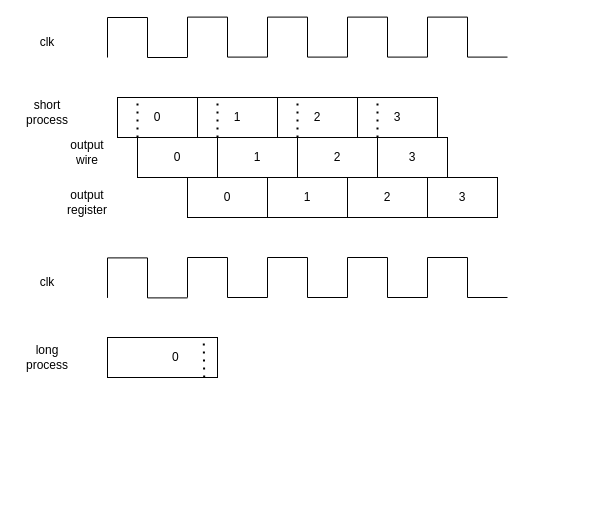
Earlier version of the draw.io diagram page "Ilustrasi register" (4 of 5) of intelight.drawio (zulfikarna/intelight). Source tidied: cells renumbered, new cells numbered last; positions are measured from the earlier drawing's top-left corner, leaving out a move shared by most shapes. Both pictures are drawn from the tidied source at 100%, with x=0, y=0 at pixel (17, 17).
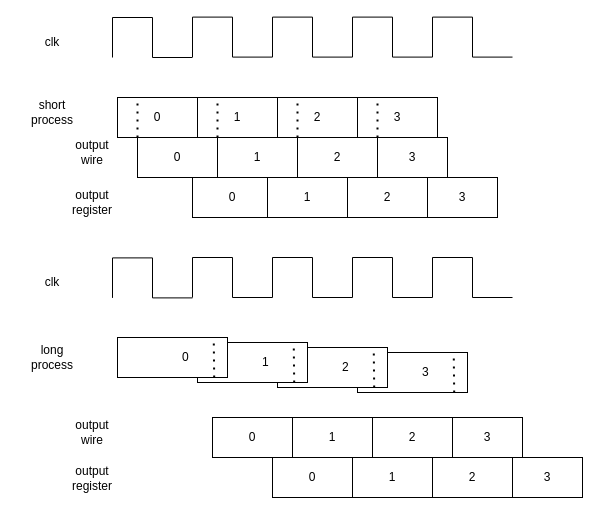
The same page after the edit.

The edit, as a diff of the source:
```diff
@@
+    <mxCell id="66" value="&lt;span style=&quot;white-space: pre&quot;&gt; &lt;/span&gt;&lt;span style=&quot;white-space: pre&quot;&gt; &lt;/span&gt;&lt;span style=&quot;white-space: pre&quot;&gt; &lt;/span&gt;&amp;nbsp; &amp;nbsp; &amp;nbsp;3" style="rounded=0;whiteSpace=wrap;html=1;" parent="1" vertex="1">
+      <mxGeometry x="340" y="335" width="110" height="40" as="geometry" />
+    </mxCell>
+    <mxCell id="67" value="&lt;span style=&quot;white-space: pre&quot;&gt; &lt;/span&gt;&lt;span style=&quot;white-space: pre&quot;&gt; &lt;/span&gt;&lt;span style=&quot;white-space: pre&quot;&gt; &lt;/span&gt;&amp;nbsp; &amp;nbsp; &amp;nbsp;2" style="rounded=0;whiteSpace=wrap;html=1;" parent="1" vertex="1">
+      <mxGeometry x="260" y="330" width="110" height="40" as="geometry" />
+    </mxCell>
+    <mxCell id="68" value="&lt;span style=&quot;white-space: pre&quot;&gt; &lt;/span&gt;&lt;span style=&quot;white-space: pre&quot;&gt; &lt;/span&gt;&lt;span style=&quot;white-space: pre&quot;&gt; &lt;/span&gt;&amp;nbsp; &amp;nbsp; &amp;nbsp;1" style="rounded=0;whiteSpace=wrap;html=1;" parent="1" vertex="1">
+      <mxGeometry x="180" y="325" width="110" height="40" as="geometry" />
+    </mxCell>
     <mxCell id="2" value="clk" style="text;html=1;strokeColor=none;fillColor=none;align=center;verticalAlign=middle;whiteSpace=wrap;rounded=0;" parent="1" vertex="1">
-      <mxGeometry y="10" width="60" height="30" as="geometry" />
+      <mxGeometry x="5" y="10" width="60" height="30" as="geometry" />
     </mxCell>
     <mxCell id="3" style="endArrow=none;html=1;rounded=0;" parent="1" edge="1">
       <mxGeometry relative="1" as="geometry">
-        <mxPoint x="90" y="40" as="sourcePoint" />
-        <mxPoint x="90" as="targetPoint" />
+        <mxPoint x="95" y="40" as="sourcePoint" />
+        <mxPoint x="95" as="targetPoint" />
       </mxGeometry>
     </mxCell>
     <mxCell id="4" style="endArrow=none;html=1;rounded=0;" parent="1" edge="1">
       <mxGeometry relative="1" as="geometry">
-        <mxPoint x="90" as="sourcePoint" />
-        <mxPoint x="130" as="targetPoint" />
+        <mxPoint x="95" as="sourcePoint" />
+        <mxPoint x="135" as="targetPoint" />
       </mxGeometry>
     </mxCell>
     <mxCell id="5" style="endArrow=none;html=1;rounded=0;" parent="1" edge="1">
       <mxGeometry relative="1" as="geometry">
-        <mxPoint x="130" y="40" as="sourcePoint" />
-        <mxPoint x="130" as="targetPoint" />
+        <mxPoint x="135" y="40" as="sourcePoint" />
+        <mxPoint x="135" as="targetPoint" />
       </mxGeometry>
     </mxCell>
     <mxCell id="6" style="endArrow=none;html=1;rounded=0;" parent="1" edge="1">
       <mxGeometry relative="1" as="geometry">
-        <mxPoint x="130" y="40" as="sourcePoint" />
-        <mxPoint x="170" y="40" as="targetPoint" />
+        <mxPoint x="135" y="40" as="sourcePoint" />
+        <mxPoint x="175" y="40" as="targetPoint" />
       </mxGeometry>
     </mxCell>
     <mxCell id="7" style="endArrow=none;html=1;rounded=0;" parent="1" edge="1">
       <mxGeometry relative="1" as="geometry">
-        <mxPoint x="170" y="39.6" as="sourcePoint" />
-        <mxPoint x="170" y="-0.4" as="targetPoint" />
+        <mxPoint x="175" y="39.6" as="sourcePoint" />
+        <mxPoint x="175" y="-0.4" as="targetPoint" />
       </mxGeometry>
     </mxCell>
     <mxCell id="8" style="endArrow=none;html=1;rounded=0;" parent="1" edge="1">
       <mxGeometry relative="1" as="geometry">
-        <mxPoint x="170" y="-0.4" as="sourcePoint" />
-        <mxPoint x="210" y="-0.4" as="targetPoint" />
+        <mxPoint x="175" y="-0.4" as="sourcePoint" />
+        <mxPoint x="215" y="-0.4" as="targetPoint" />
       </mxGeometry>
     </mxCell>
     <mxCell id="9" style="endArrow=none;html=1;rounded=0;" parent="1" edge="1">
       <mxGeometry relative="1" as="geometry">
-        <mxPoint x="210" y="39.6" as="sourcePoint" />
-        <mxPoint x="210" y="-0.4" as="targetPoint" />
+        <mxPoint x="215" y="39.6" as="sourcePoint" />
+        <mxPoint x="215" y="-0.4" as="targetPoint" />
       </mxGeometry>
     </mxCell>
     <mxCell id="10" style="endArrow=none;html=1;rounded=0;" parent="1" edge="1">
       <mxGeometry relative="1" as="geometry">
-        <mxPoint x="210" y="39.6" as="sourcePoint" />
-        <mxPoint x="250" y="39.6" as="targetPoint" />
+        <mxPoint x="215" y="39.6" as="sourcePoint" />
+        <mxPoint x="255" y="39.6" as="targetPoint" />
       </mxGeometry>
     </mxCell>
     <mxCell id="11" style="endArrow=none;html=1;rounded=0;" parent="1" edge="1">
       <mxGeometry relative="1" as="geometry">
-        <mxPoint x="250" y="39.6" as="sourcePoint" />
-        <mxPoint x="250" y="-0.4" as="targetPoint" />
+        <mxPoint x="255" y="39.6" as="sourcePoint" />
+        <mxPoint x="255" y="-0.4" as="targetPoint" />
       </mxGeometry>
     </mxCell>
     <mxCell id="12" style="endArrow=none;html=1;rounded=0;" parent="1" edge="1">
       <mxGeometry relative="1" as="geometry">
-        <mxPoint x="250" y="-0.4" as="sourcePoint" />
-        <mxPoint x="290" y="-0.4" as="targetPoint" />
+        <mxPoint x="255" y="-0.4" as="sourcePoint" />
+        <mxPoint x="295" y="-0.4" as="targetPoint" />
       </mxGeometry>
     </mxCell>
     <mxCell id="13" style="endArrow=none;html=1;rounded=0;" parent="1" edge="1">
       <mxGeometry relative="1" as="geometry">
-        <mxPoint x="290" y="39.6" as="sourcePoint" />
-        <mxPoint x="290" y="-0.4" as="targetPoint" />
+        <mxPoint x="295" y="39.6" as="sourcePoint" />
+        <mxPoint x="295" y="-0.4" as="targetPoint" />
       </mxGeometry>
     </mxCell>
     <mxCell id="14" style="endArrow=none;html=1;rounded=0;" parent="1" edge="1">
       <mxGeometry relative="1" as="geometry">
-        <mxPoint x="290" y="39.6" as="sourcePoint" />
-        <mxPoint x="330" y="39.6" as="targetPoint" />
+        <mxPoint x="295" y="39.6" as="sourcePoint" />
+        <mxPoint x="335" y="39.6" as="targetPoint" />
       </mxGeometry>
     </mxCell>
     <mxCell id="15" style="endArrow=none;html=1;rounded=0;" parent="1" edge="1">
       <mxGeometry relative="1" as="geometry">
-        <mxPoint x="330" y="39.6" as="sourcePoint" />
-        <mxPoint x="330" y="-0.4" as="targetPoint" />
+        <mxPoint x="335" y="39.6" as="sourcePoint" />
+        <mxPoint x="335" y="-0.4" as="targetPoint" />
       </mxGeometry>
     </mxCell>
     <mxCell id="16" style="endArrow=none;html=1;rounded=0;" parent="1" edge="1">
       <mxGeometry relative="1" as="geometry">
-        <mxPoint x="330" y="-0.4" as="sourcePoint" />
-        <mxPoint x="370" y="-0.4" as="targetPoint" />
+        <mxPoint x="335" y="-0.4" as="sourcePoint" />
+        <mxPoint x="375" y="-0.4" as="targetPoint" />
       </mxGeometry>
     </mxCell>
     <mxCell id="17" style="endArrow=none;html=1;rounded=0;" parent="1" edge="1">
       <mxGeometry relative="1" as="geometry">
-        <mxPoint x="370" y="39.6" as="sourcePoint" />
-        <mxPoint x="370" y="-0.4" as="targetPoint" />
+        <mxPoint x="375" y="39.6" as="sourcePoint" />
+        <mxPoint x="375" y="-0.4" as="targetPoint" />
       </mxGeometry>
     </mxCell>
     <mxCell id="18" style="endArrow=none;html=1;rounded=0;" parent="1" edge="1">
       <mxGeometry relative="1" as="geometry">
-        <mxPoint x="370" y="39.6" as="sourcePoint" />
-        <mxPoint x="410" y="39.6" as="targetPoint" />
+        <mxPoint x="375" y="39.6" as="sourcePoint" />
+        <mxPoint x="415" y="39.6" as="targetPoint" />
       </mxGeometry>
     </mxCell>
     <mxCell id="19" value="short&lt;br&gt;process" style="text;html=1;strokeColor=none;fillColor=none;align=center;verticalAlign=middle;whiteSpace=wrap;rounded=0;" parent="1" vertex="1">
-      <mxGeometry y="80" width="60" height="30" as="geometry" />
+      <mxGeometry x="5" y="80" width="60" height="30" as="geometry" />
     </mxCell>
@@
     <mxCell id="21" value="output&lt;br&gt;wire" style="text;html=1;strokeColor=none;fillColor=none;align=center;verticalAlign=middle;whiteSpace=wrap;rounded=0;" parent="1" vertex="1">
-      <mxGeometry x="40" y="120" width="60" height="30" as="geometry" />
+      <mxGeometry x="45" y="120" width="60" height="30" as="geometry" />
     </mxCell>
@@
     <mxCell id="26" value="output register" style="text;html=1;strokeColor=none;fillColor=none;align=center;verticalAlign=middle;whiteSpace=wrap;rounded=0;" parent="1" vertex="1">
-      <mxGeometry x="40" y="170" width="60" height="30" as="geometry" />
+      <mxGeometry x="45" y="170" width="60" height="30" as="geometry" />
     </mxCell>
@@
     <mxCell id="34" value="0" style="rounded=0;whiteSpace=wrap;html=1;" parent="1" vertex="1">
-      <mxGeometry x="170" y="160" width="80" height="40" as="geometry" />
+      <mxGeometry x="175" y="160" width="80" height="40" as="geometry" />
     </mxCell>
@@
     <mxCell id="38" style="endArrow=none;html=1;rounded=0;" parent="1" edge="1">
       <mxGeometry relative="1" as="geometry">
-        <mxPoint x="410" y="39.6" as="sourcePoint" />
-        <mxPoint x="410" y="-0.4" as="targetPoint" />
+        <mxPoint x="415" y="39.6" as="sourcePoint" />
+        <mxPoint x="415" y="-0.4" as="targetPoint" />
       </mxGeometry>
     </mxCell>
     <mxCell id="39" style="endArrow=none;html=1;rounded=0;" parent="1" edge="1">
       <mxGeometry relative="1" as="geometry">
-        <mxPoint x="410" y="-0.4" as="sourcePoint" />
-        <mxPoint x="450" y="-0.4" as="targetPoint" />
+        <mxPoint x="415" y="-0.4" as="sourcePoint" />
+        <mxPoint x="455" y="-0.4" as="targetPoint" />
       </mxGeometry>
     </mxCell>
     <mxCell id="40" style="endArrow=none;html=1;rounded=0;" parent="1" edge="1">
       <mxGeometry relative="1" as="geometry">
-        <mxPoint x="450" y="39.6" as="sourcePoint" />
-        <mxPoint x="450" y="-0.4" as="targetPoint" />
+        <mxPoint x="455" y="39.6" as="sourcePoint" />
+        <mxPoint x="455" y="-0.4" as="targetPoint" />
       </mxGeometry>
     </mxCell>
     <mxCell id="41" style="endArrow=none;html=1;rounded=0;" parent="1" edge="1">
       <mxGeometry relative="1" as="geometry">
-        <mxPoint x="450" y="39.6" as="sourcePoint" />
-        <mxPoint x="490" y="39.6" as="targetPoint" />
+        <mxPoint x="455" y="39.6" as="sourcePoint" />
+        <mxPoint x="495" y="39.6" as="targetPoint" />
       </mxGeometry>
     </mxCell>
     <mxCell id="42" value="long process" style="text;html=1;strokeColor=none;fillColor=none;align=center;verticalAlign=middle;whiteSpace=wrap;rounded=0;" parent="1" vertex="1">
-      <mxGeometry y="325" width="60" height="30" as="geometry" />
+      <mxGeometry x="5" y="325" width="60" height="30" as="geometry" />
     </mxCell>
     <mxCell id="43" value="&lt;span style=&quot;white-space: pre&quot;&gt; &lt;/span&gt;&lt;span style=&quot;white-space: pre&quot;&gt; &lt;/span&gt;&lt;span style=&quot;white-space: pre&quot;&gt; &lt;/span&gt;&amp;nbsp; &amp;nbsp; &amp;nbsp;0" style="rounded=0;whiteSpace=wrap;html=1;" parent="1" vertex="1">
-      <mxGeometry x="90" y="320" width="110" height="40" as="geometry" />
+      <mxGeometry x="100" y="320" width="110" height="40" as="geometry" />
     </mxCell>
@@
     <mxCell id="45" value="clk" style="text;html=1;strokeColor=none;fillColor=none;align=center;verticalAlign=middle;whiteSpace=wrap;rounded=0;" parent="1" vertex="1">
-      <mxGeometry y="250.4" width="60" height="30" as="geometry" />
+      <mxGeometry x="5" y="250.4" width="60" height="30" as="geometry" />
     </mxCell>
     <mxCell id="46" style="endArrow=none;html=1;rounded=0;" parent="1" edge="1">
       <mxGeometry relative="1" as="geometry">
-        <mxPoint x="90" y="280.4" as="sourcePoint" />
-        <mxPoint x="90" y="240.4" as="targetPoint" />
+        <mxPoint x="95" y="280.4" as="sourcePoint" />
+        <mxPoint x="95" y="240.4" as="targetPoint" />
       </mxGeometry>
     </mxCell>
     <mxCell id="47" style="endArrow=none;html=1;rounded=0;" parent="1" edge="1">
       <mxGeometry relative="1" as="geometry">
-        <mxPoint x="90" y="240.4" as="sourcePoint" />
-        <mxPoint x="130" y="240.4" as="targetPoint" />
+        <mxPoint x="95" y="240.4" as="sourcePoint" />
+        <mxPoint x="135" y="240.4" as="targetPoint" />
       </mxGeometry>
     </mxCell>
     <mxCell id="48" style="endArrow=none;html=1;rounded=0;" parent="1" edge="1">
       <mxGeometry relative="1" as="geometry">
-        <mxPoint x="130" y="280.4" as="sourcePoint" />
-        <mxPoint x="130" y="240.4" as="targetPoint" />
+        <mxPoint x="135" y="280.4" as="sourcePoint" />
+        <mxPoint x="135" y="240.4" as="targetPoint" />
       </mxGeometry>
     </mxCell>
     <mxCell id="49" style="endArrow=none;html=1;rounded=0;" parent="1" edge="1">
       <mxGeometry relative="1" as="geometry">
-        <mxPoint x="130" y="280.4" as="sourcePoint" />
-        <mxPoint x="170" y="280.4" as="targetPoint" />
+        <mxPoint x="135" y="280.4" as="sourcePoint" />
+        <mxPoint x="175" y="280.4" as="targetPoint" />
       </mxGeometry>
     </mxCell>
     <mxCell id="50" style="endArrow=none;html=1;rounded=0;" parent="1" edge="1">
       <mxGeometry relative="1" as="geometry">
-        <mxPoint x="170" y="280" as="sourcePoint" />
-        <mxPoint x="170" y="240" as="targetPoint" />
+        <mxPoint x="175" y="280" as="sourcePoint" />
+        <mxPoint x="175" y="240" as="targetPoint" />
       </mxGeometry>
     </mxCell>
     <mxCell id="51" style="endArrow=none;html=1;rounded=0;" parent="1" edge="1">
       <mxGeometry relative="1" as="geometry">
-        <mxPoint x="170" y="240" as="sourcePoint" />
-        <mxPoint x="210" y="240" as="targetPoint" />
+        <mxPoint x="175" y="240" as="sourcePoint" />
+        <mxPoint x="215" y="240" as="targetPoint" />
       </mxGeometry>
     </mxCell>
     <mxCell id="52" style="endArrow=none;html=1;rounded=0;" parent="1" edge="1">
       <mxGeometry relative="1" as="geometry">
-        <mxPoint x="210" y="280" as="sourcePoint" />
-        <mxPoint x="210" y="240" as="targetPoint" />
+        <mxPoint x="215" y="280" as="sourcePoint" />
+        <mxPoint x="215" y="240" as="targetPoint" />
       </mxGeometry>
     </mxCell>
     <mxCell id="53" style="endArrow=none;html=1;rounded=0;" parent="1" edge="1">
       <mxGeometry relative="1" as="geometry">
-        <mxPoint x="210" y="280" as="sourcePoint" />
-        <mxPoint x="250" y="280" as="targetPoint" />
+        <mxPoint x="215" y="280" as="sourcePoint" />
+        <mxPoint x="255" y="280" as="targetPoint" />
       </mxGeometry>
     </mxCell>
     <mxCell id="54" style="endArrow=none;html=1;rounded=0;" parent="1" edge="1">
       <mxGeometry relative="1" as="geometry">
-        <mxPoint x="250" y="280" as="sourcePoint" />
-        <mxPoint x="250" y="240" as="targetPoint" />
+        <mxPoint x="255" y="280" as="sourcePoint" />
+        <mxPoint x="255" y="240" as="targetPoint" />
       </mxGeometry>
     </mxCell>
     <mxCell id="55" style="endArrow=none;html=1;rounded=0;" parent="1" edge="1">
       <mxGeometry relative="1" as="geometry">
-        <mxPoint x="250" y="240" as="sourcePoint" />
-        <mxPoint x="290" y="240" as="targetPoint" />
+        <mxPoint x="255" y="240" as="sourcePoint" />
+        <mxPoint x="295" y="240" as="targetPoint" />
       </mxGeometry>
     </mxCell>
     <mxCell id="56" style="endArrow=none;html=1;rounded=0;" parent="1" edge="1">
       <mxGeometry relative="1" as="geometry">
-        <mxPoint x="290" y="280" as="sourcePoint" />
-        <mxPoint x="290" y="240" as="targetPoint" />
+        <mxPoint x="295" y="280" as="sourcePoint" />
+        <mxPoint x="295" y="240" as="targetPoint" />
       </mxGeometry>
     </mxCell>
     <mxCell id="57" style="endArrow=none;html=1;rounded=0;" parent="1" edge="1">
       <mxGeometry relative="1" as="geometry">
-        <mxPoint x="290" y="280" as="sourcePoint" />
-        <mxPoint x="330" y="280" as="targetPoint" />
+        <mxPoint x="295" y="280" as="sourcePoint" />
+        <mxPoint x="335" y="280" as="targetPoint" />
       </mxGeometry>
     </mxCell>
     <mxCell id="58" style="endArrow=none;html=1;rounded=0;" parent="1" edge="1">
       <mxGeometry relative="1" as="geometry">
-        <mxPoint x="330" y="280" as="sourcePoint" />
-        <mxPoint x="330" y="240" as="targetPoint" />
+        <mxPoint x="335" y="280" as="sourcePoint" />
+        <mxPoint x="335" y="240" as="targetPoint" />
       </mxGeometry>
     </mxCell>
     <mxCell id="59" style="endArrow=none;html=1;rounded=0;" parent="1" edge="1">
       <mxGeometry relative="1" as="geometry">
-        <mxPoint x="330" y="240" as="sourcePoint" />
-        <mxPoint x="370" y="240" as="targetPoint" />
+        <mxPoint x="335" y="240" as="sourcePoint" />
+        <mxPoint x="375" y="240" as="targetPoint" />
       </mxGeometry>
     </mxCell>
     <mxCell id="60" style="endArrow=none;html=1;rounded=0;" parent="1" edge="1">
       <mxGeometry relative="1" as="geometry">
-        <mxPoint x="370" y="280" as="sourcePoint" />
-        <mxPoint x="370" y="240" as="targetPoint" />
+        <mxPoint x="375" y="280" as="sourcePoint" />
+        <mxPoint x="375" y="240" as="targetPoint" />
       </mxGeometry>
     </mxCell>
     <mxCell id="61" style="endArrow=none;html=1;rounded=0;" parent="1" edge="1">
       <mxGeometry relative="1" as="geometry">
-        <mxPoint x="370" y="280" as="sourcePoint" />
-        <mxPoint x="410" y="280" as="targetPoint" />
+        <mxPoint x="375" y="280" as="sourcePoint" />
+        <mxPoint x="415" y="280" as="targetPoint" />
       </mxGeometry>
     </mxCell>
     <mxCell id="62" style="endArrow=none;html=1;rounded=0;" parent="1" edge="1">
       <mxGeometry relative="1" as="geometry">
-        <mxPoint x="410" y="280" as="sourcePoint" />
-        <mxPoint x="410" y="240" as="targetPoint" />
+        <mxPoint x="415" y="280" as="sourcePoint" />
+        <mxPoint x="415" y="240" as="targetPoint" />
       </mxGeometry>
     </mxCell>
     <mxCell id="63" style="endArrow=none;html=1;rounded=0;" parent="1" edge="1">
       <mxGeometry relative="1" as="geometry">
-        <mxPoint x="410" y="240" as="sourcePoint" />
-        <mxPoint x="450" y="240" as="targetPoint" />
+        <mxPoint x="415" y="240" as="sourcePoint" />
+        <mxPoint x="455" y="240" as="targetPoint" />
       </mxGeometry>
     </mxCell>
     <mxCell id="64" style="endArrow=none;html=1;rounded=0;" parent="1" edge="1">
       <mxGeometry relative="1" as="geometry">
-        <mxPoint x="450" y="280" as="sourcePoint" />
-        <mxPoint x="450" y="240" as="targetPoint" />
+        <mxPoint x="455" y="280" as="sourcePoint" />
+        <mxPoint x="455" y="240" as="targetPoint" />
       </mxGeometry>
     </mxCell>
     <mxCell id="65" style="endArrow=none;html=1;rounded=0;" parent="1" edge="1">
       <mxGeometry relative="1" as="geometry">
-        <mxPoint x="450" y="280" as="sourcePoint" />
-        <mxPoint x="490" y="280" as="targetPoint" />
+        <mxPoint x="455" y="280" as="sourcePoint" />
+        <mxPoint x="495" y="280" as="targetPoint" />
       </mxGeometry>
     </mxCell>
+    <mxCell id="69" style="endArrow=none;dashed=1;html=1;dashPattern=1 3;strokeWidth=2;rounded=0;exitX=0.879;exitY=1.002;exitDx=0;exitDy=0;exitPerimeter=0;entryX=0.875;entryY=0.033;entryDx=0;entryDy=0;entryPerimeter=0;" parent="1" edge="1" source="68" target="68">
+      <mxGeometry relative="1" as="geometry" />
+    </mxCell>
+    <mxCell id="70" style="endArrow=none;dashed=1;html=1;dashPattern=1 3;strokeWidth=2;rounded=0;exitX=0.879;exitY=1.002;exitDx=0;exitDy=0;exitPerimeter=0;entryX=0.875;entryY=0.033;entryDx=0;entryDy=0;entryPerimeter=0;" parent="1" edge="1" source="67" target="67">
+      <mxGeometry relative="1" as="geometry" />
+    </mxCell>
+    <mxCell id="71" style="endArrow=none;dashed=1;html=1;dashPattern=1 3;strokeWidth=2;rounded=0;exitX=0.879;exitY=1.002;exitDx=0;exitDy=0;exitPerimeter=0;entryX=0.875;entryY=0.033;entryDx=0;entryDy=0;entryPerimeter=0;" parent="1" edge="1" source="66" target="66">
+      <mxGeometry relative="1" as="geometry" />
+    </mxCell>
+    <mxCell id="72" value="output&lt;br&gt;wire" style="text;html=1;strokeColor=none;fillColor=none;align=center;verticalAlign=middle;whiteSpace=wrap;rounded=0;" parent="1" vertex="1">
+      <mxGeometry x="45" y="400" width="60" height="30" as="geometry" />
+    </mxCell>
+    <mxCell id="73" value="0" style="rounded=0;whiteSpace=wrap;html=1;" parent="1" vertex="1">
+      <mxGeometry x="195" y="400" width="80" height="40" as="geometry" />
+    </mxCell>
+    <mxCell id="74" value="1" style="rounded=0;whiteSpace=wrap;html=1;" parent="1" vertex="1">
+      <mxGeometry x="275" y="400" width="80" height="40" as="geometry" />
+    </mxCell>
+    <mxCell id="75" value="2" style="rounded=0;whiteSpace=wrap;html=1;" parent="1" vertex="1">
+      <mxGeometry x="355" y="400" width="80" height="40" as="geometry" />
+    </mxCell>
+    <mxCell id="76" value="3" style="rounded=0;whiteSpace=wrap;html=1;" parent="1" vertex="1">
+      <mxGeometry x="435" y="400" width="70" height="40" as="geometry" />
+    </mxCell>
+    <mxCell id="77" value="output register" style="text;html=1;strokeColor=none;fillColor=none;align=center;verticalAlign=middle;whiteSpace=wrap;rounded=0;" parent="1" vertex="1">
+      <mxGeometry x="45" y="446" width="60" height="30" as="geometry" />
+    </mxCell>
+    <mxCell id="78" value="0" style="rounded=0;whiteSpace=wrap;html=1;" parent="1" vertex="1">
+      <mxGeometry x="255" y="440" width="80" height="40" as="geometry" />
+    </mxCell>
+    <mxCell id="79" value="1" style="rounded=0;whiteSpace=wrap;html=1;" parent="1" vertex="1">
+      <mxGeometry x="335" y="440" width="80" height="40" as="geometry" />
+    </mxCell>
+    <mxCell id="80" value="2" style="rounded=0;whiteSpace=wrap;html=1;" parent="1" vertex="1">
+      <mxGeometry x="415" y="440" width="80" height="40" as="geometry" />
+    </mxCell>
+    <mxCell id="81" value="3" style="rounded=0;whiteSpace=wrap;html=1;" parent="1" vertex="1">
+      <mxGeometry x="495" y="440" width="70" height="40" as="geometry" />
+    </mxCell>
```
